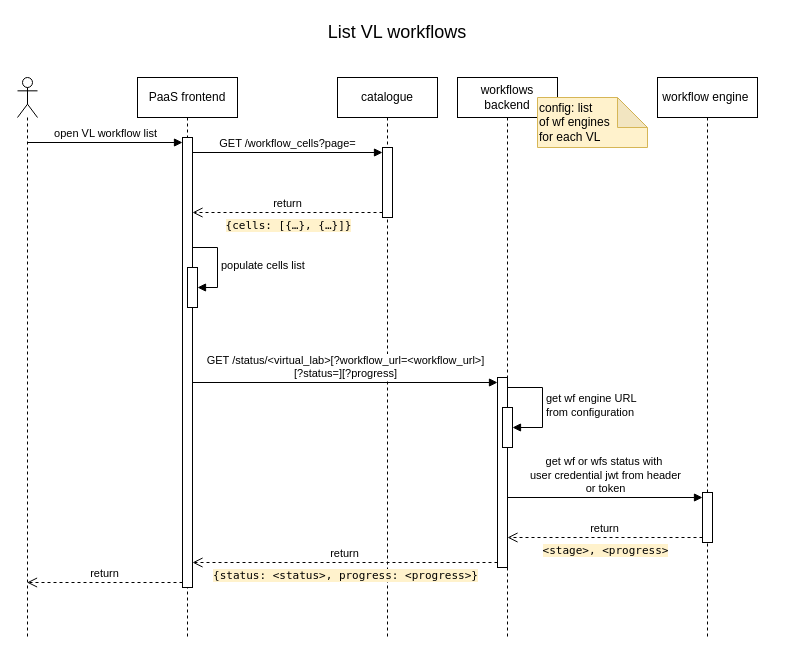
Above: diagrams/workflow-sequence-diagram-list.drawio in NaaVRE/NaaVRE-architecture (draw.io), before the change. Source tidied: cells renumbered, new cells numbered last; positions are measured from the earlier drawing's top-left corner, leaving out a move shared by most shapes. Both pictures are drawn from the tidied source at 100%, with x=0, y=0 at pixel (17, 17).
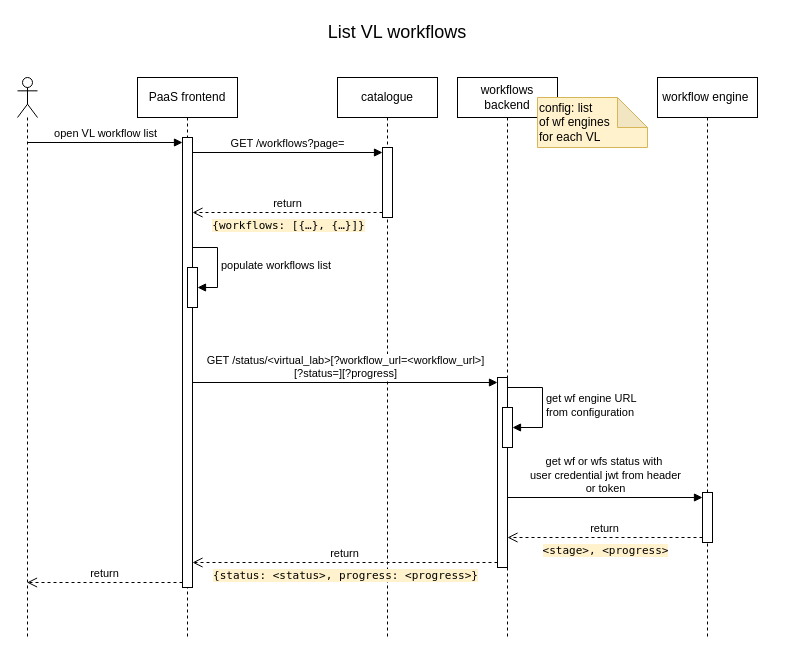
The same diagram, later.

Commit message (it also covers changes not shown here):
update workflow sequence diagrams

The change refers to these unchanged cells:
```xml
<mxCell id="3" value="PaaS frontend" style="shape=umlLifeline;perimeter=lifelinePerimeter;whiteSpace=wrap;html=1;newEdgeStyle={&quot;curved&quot;:0,&quot;rounded&quot;:0};fontStyle=0;" parent="1" vertex="1">
  <mxGeometry x="120" y="60" width="100" height="560" as="geometry" />
</mxCell>
<mxCell id="4" style="html=1;points=[[0,0,0,0,5],[0,1,0,0,-5],[1,0,0,0,5],[1,1,0,0,-5]];perimeter=orthogonalPerimeter;outlineConnect=0;targetShapes=umlLifeline;portConstraint=eastwest;newEdgeStyle={&quot;curved&quot;:0,&quot;rounded&quot;:0};" parent="3" vertex="1">
  <mxGeometry x="45" y="60" width="10" height="450" as="geometry" />
</mxCell>
<mxCell id="8" style="html=1;points=[[0,0,0,0,5],[0,1,0,0,-5],[1,0,0,0,5],[1,1,0,0,-5]];perimeter=orthogonalPerimeter;outlineConnect=0;targetShapes=umlLifeline;portConstraint=eastwest;newEdgeStyle={&quot;curved&quot;:0,&quot;rounded&quot;:0};" parent="7" vertex="1">
  <mxGeometry x="45" y="70" width="10" height="70" as="geometry" />
</mxCell>
<mxCell id="18" value="return" style="html=1;verticalAlign=bottom;endArrow=open;dashed=1;endSize=8;curved=0;rounded=0;exitX=0;exitY=1;exitDx=0;exitDy=-5;" parent="1" edge="1" source="8" target="4">
  <mxGeometry relative="1" as="geometry" />
</mxCell>
```

What changed in the source:
```diff
@@
-    <mxCell id="6" value="populate cells list" style="html=1;align=left;spacingLeft=2;endArrow=block;rounded=0;edgeStyle=orthogonalEdgeStyle;curved=0;rounded=0;" parent="3" edge="1">
+    <mxCell id="6" value="populate workflows list" style="html=1;align=left;spacingLeft=2;endArrow=block;rounded=0;edgeStyle=orthogonalEdgeStyle;curved=0;rounded=0;" parent="3" edge="1">
       <mxGeometry relative="1" as="geometry">
         <mxPoint x="55" y="170" as="sourcePoint" />
         <mxPoint x="60" y="210" as="targetPoint" />
         <Array as="points">
           <mxPoint x="80" y="170" />
           <mxPoint x="80" y="210" />
         </Array>
       </mxGeometry>
     </mxCell>
@@
-    <mxCell id="17" value="GET /workflow_cells?page=" style="html=1;verticalAlign=bottom;endArrow=block;curved=0;rounded=0;entryX=0;entryY=0;entryDx=0;entryDy=5;" parent="1" edge="1" source="4" target="8">
+    <mxCell id="17" value="GET /workflows?page=" style="html=1;verticalAlign=bottom;endArrow=block;curved=0;rounded=0;entryX=0;entryY=0;entryDx=0;entryDy=5;" parent="1" edge="1" source="4" target="8">
       <mxGeometry relative="1" as="geometry" />
     </mxCell>
@@
-    <mxCell id="19" value="&lt;span style=&quot;text-align: left;&quot;&gt;{cells: [{…}, {…}]}&lt;/span&gt;" style="edgeLabel;html=1;align=center;verticalAlign=top;rotation=0;labelBackgroundColor=#FFF2CC;fontFamily=Lucida Console;" parent="18" vertex="1">
+    <mxCell id="19" value="&lt;span style=&quot;text-align: left;&quot;&gt;{workflows: [{…}, {…}]}&lt;/span&gt;" style="edgeLabel;html=1;align=center;verticalAlign=top;rotation=0;labelBackgroundColor=#FFF2CC;fontFamily=Lucida Console;" parent="18" vertex="1">
       <mxGeometry relative="1" as="geometry" />
     </mxCell>
```
